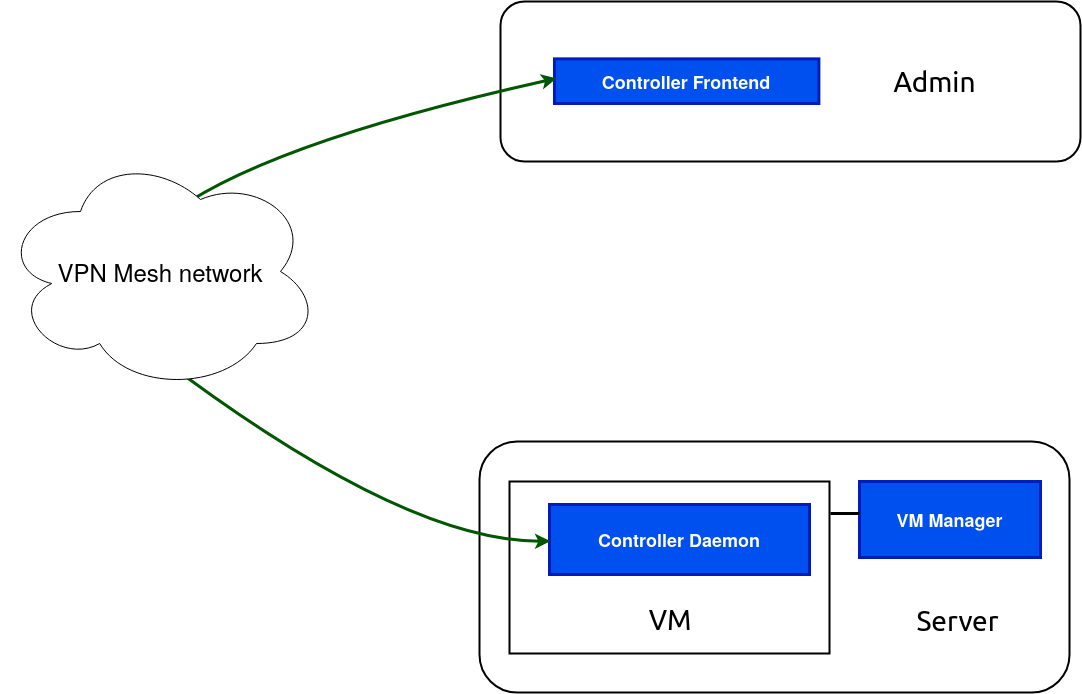
Before: vm-controller.drawio.png, a diagram exported from draw.io (clan-lol/clan-docs). Source tidied: cells renumbered, new cells last; positions are measured from the earlier drawing's top-left corner, leaving out a move shared by most shapes.
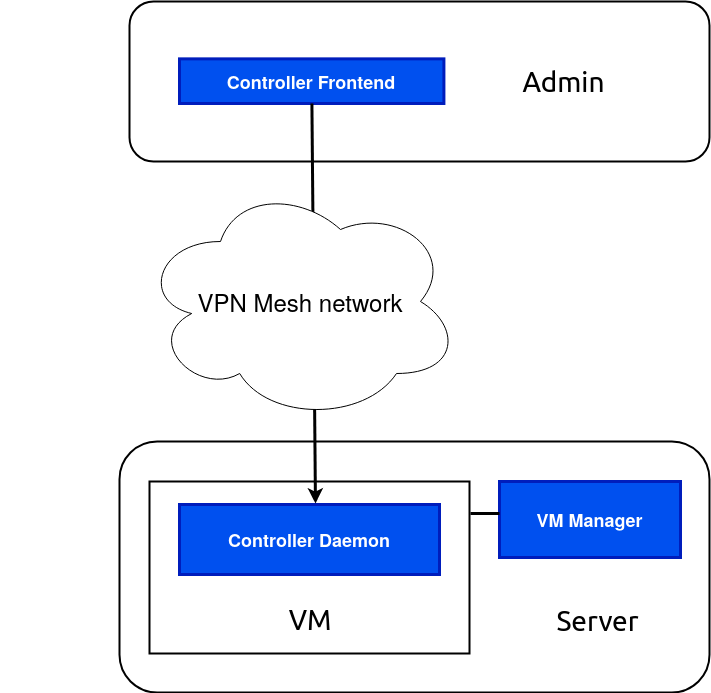
The same diagram one commit later.

The edit, as a diff of the source:
```diff
@@ -21,7 +21,7 @@
       <mxGeometry x="416" y="152" width="125" height="53" as="geometry" />
     </mxCell>
     <mxCell id="8" value="&lt;h2&gt;Controller Daemon&lt;/h2&gt;" style="vsdxID=12;fillColor=#0050ef;shape=(stored shape, 160 characters);strokeColor=#001DBC;strokeWidth=3;labelBackgroundColor=none;rounded=0;html=1;whiteSpace=wrap;fontColor=#ffffff;" parent="3" vertex="1">
-      <mxGeometry x="70" y="63" width="260" height="70" as="geometry" />
+      <mxGeometry x="60" y="63" width="260" height="70" as="geometry" />
     </mxCell>
     <mxCell id="9" value="&lt;h2&gt;VM Manager&lt;br&gt;&lt;/h2&gt;" style="vsdxID=14;fillColor=#0050ef;shape=(stored shape, 160 characters);strokeColor=#001DBC;strokeWidth=3;labelBackgroundColor=none;rounded=0;html=1;whiteSpace=wrap;fontColor=#ffffff;" parent="3" vertex="1">
       <mxGeometry x="380" y="40" width="181" height="76" as="geometry" />
@@ -33,7 +33,7 @@
       </mxGeometry>
     </mxCell>
     <mxCell id="11" style="group;" parent="1" vertex="1">
-      <mxGeometry x="520" width="600" height="160" as="geometry" />
+      <mxGeometry x="509" width="600" height="160" as="geometry" />
     </mxCell>
     <mxCell id="12" style="rounded=1;whiteSpace=wrap;html=1;hachureGap=4;strokeWidth=2;" parent="11" vertex="1">
       <mxGeometry x="20" width="580" height="160" as="geometry" />
@@ -42,18 +42,13 @@
       <mxGeometry x="386.4" y="48.1" width="137.3" height="63.1" as="geometry" />
     </mxCell>
     <mxCell id="14" value="&lt;h2&gt;Controller Frontend&lt;br&gt;&lt;/h2&gt;" style="vsdxID=12;fillColor=#0050ef;shape=(stored shape, 160 characters);strokeColor=#001DBC;strokeWidth=3;labelBackgroundColor=none;rounded=0;html=1;whiteSpace=wrap;fontColor=#ffffff;" parent="11" vertex="1">
-      <mxGeometry x="74" y="57.4" width="264.4" height="44.6" as="geometry" />
+      <mxGeometry x="70" y="57.4" width="264.4" height="44.6" as="geometry" />
     </mxCell>
-    <mxCell id="15" style="curved=1;endArrow=classic;html=1;rounded=0;strokeWidth=3;startArrow=classic;startFill=1;fillColor=#008a00;strokeColor=#005700;exitX=0.003;exitY=0.524;exitDx=0;exitDy=0;exitPerimeter=0;entryX=0.008;entryY=0.437;entryDx=0;entryDy=0;entryPerimeter=0;" parent="1" edge="1" source="8" target="14">
-      <mxGeometry relative="1" as="geometry">
-        <Array as="points">
-          <mxPoint x="450" y="540" />
-          <mxPoint y="210" />
-        </Array>
-      </mxGeometry>
-    </mxCell>
+    <mxCell id="17" style="endArrow=classic;html=1;rounded=0;entryX=0.523;entryY=-0.014;entryDx=0;entryDy=0;entryPerimeter=0;strokeWidth=3;" parent="1" edge="1" source="14" target="8">
+      <mxGeometry relative="1" as="geometry" />
+    </mxCell>
     <mxCell id="16" value="&lt;font style=&quot;font-size: 24px;&quot;&gt;VPN Mesh network&lt;/font&gt;" style="ellipse;shape=cloud;whiteSpace=wrap;html=1;" parent="1" vertex="1">
-      <mxGeometry x="40" y="150" width="320" height="240" as="geometry" />
+      <mxGeometry x="540" y="180" width="320" height="240" as="geometry" />
     </mxCell>
   </root>
 </mxGraphModel>
```
